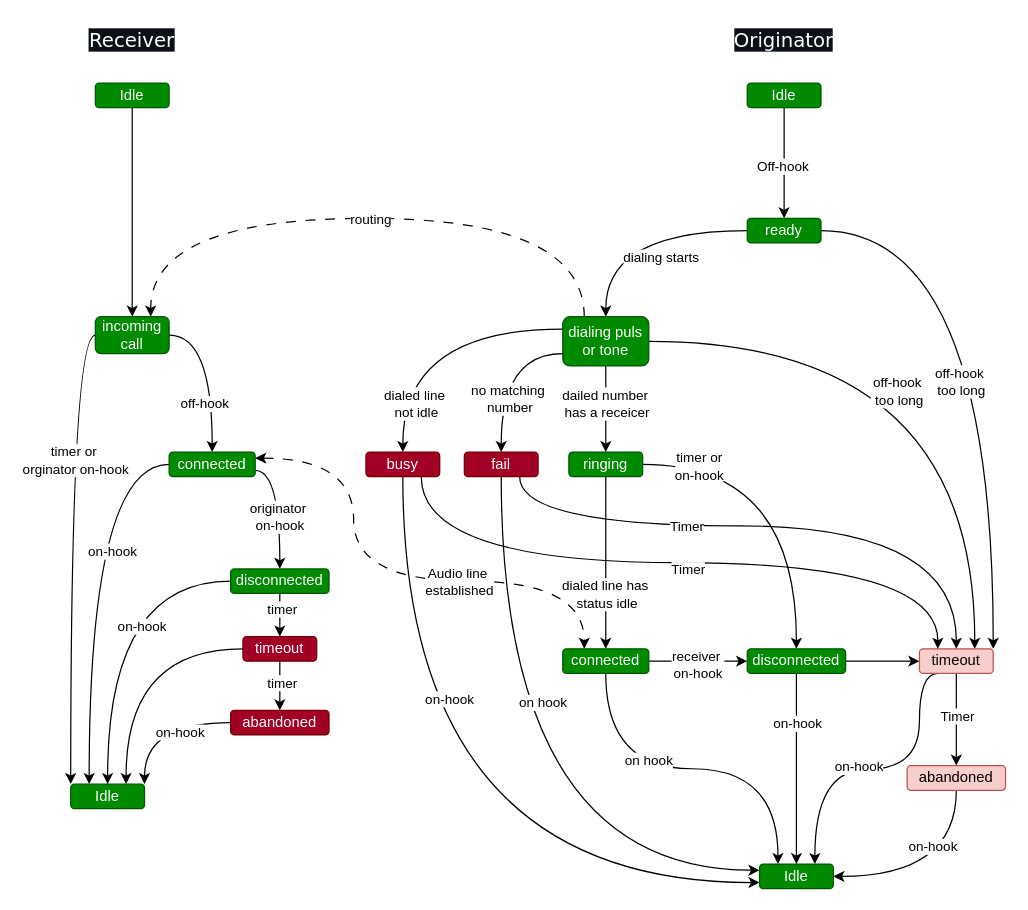
Above: docs/PhoneStatusflowshart.drawio in ondfrukt/ProofOfConcept (draw.io), before the change. Source tidied: cells renumbered, new cells numbered last; positions are measured from the earlier drawing's top-left corner, leaving out a move shared by most shapes. Both pictures are drawn from the tidied source at 123%, with x=0, y=0 at pixel (70, 21).
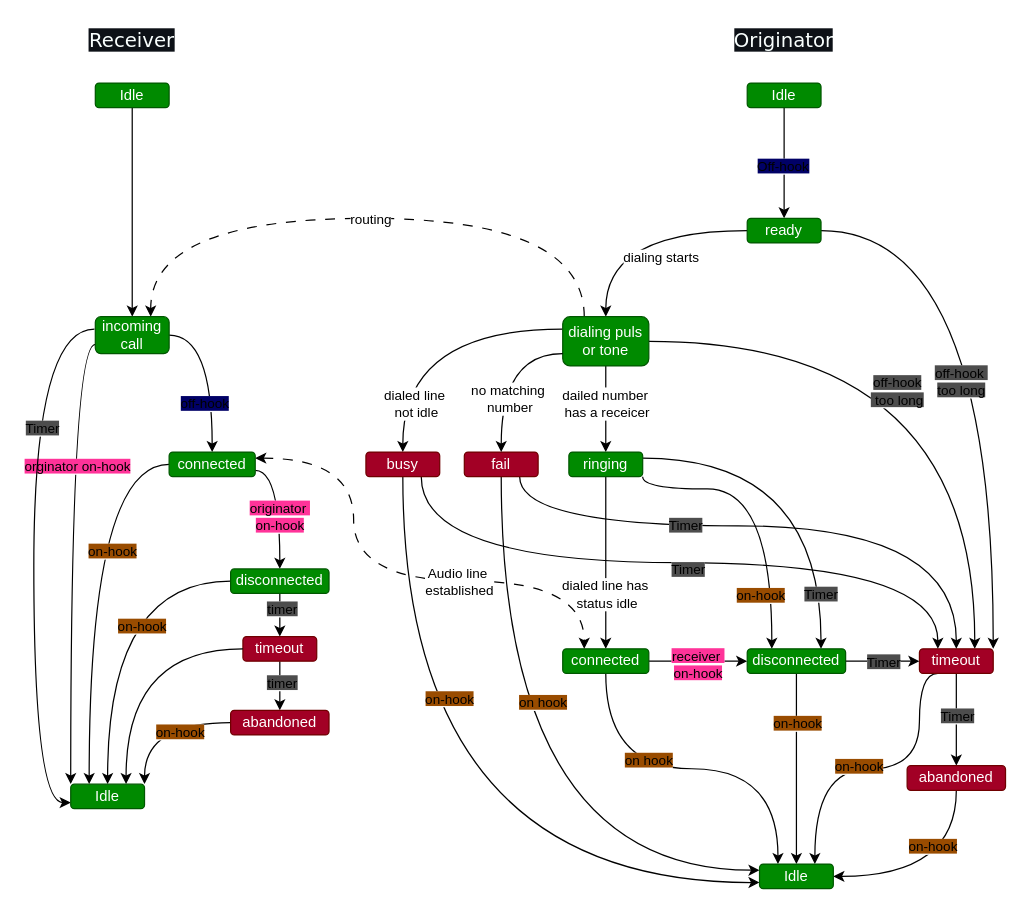
The same diagram, later.

Commit message (it also covers changes not shown here):
new file:   .vscode/settings.json 	modified:   docs/PhoneStatusflowshart.drawio 	modified:   lib/LineStatusHandler/LineStatusHandler.h 	modified:   src/hookChange

Unchanged cells that the change refers to:
```xml
<mxCell id="2" style="edgeStyle=none;rounded=0;jettySize=auto;html=1;exitX=0.5;exitY=1;exitDx=0;exitDy=0;entryX=0.5;entryY=0;entryDx=0;entryDy=0;" parent="1" edge="1" source="4" target="9">
  <mxGeometry relative="1" as="geometry" />
</mxCell>
<mxCell id="5" style="edgeStyle=orthogonalEdgeStyle;curved=1;rounded=0;jettySize=auto;html=1;exitX=1;exitY=0.5;exitDx=0;exitDy=0;entryX=1;entryY=0;entryDx=0;entryDy=0;" parent="1" edge="1" source="9" target="23">
  <mxGeometry relative="1" as="geometry" />
</mxCell>
<mxCell id="14" style="edgeStyle=orthogonalEdgeStyle;curved=1;rounded=0;jettySize=auto;html=1;exitX=1;exitY=0.5;exitDx=0;exitDy=0;entryX=0.75;entryY=0;entryDx=0;entryDy=0;" parent="1" edge="1" source="18" target="23">
  <mxGeometry relative="1" as="geometry" />
</mxCell>
<mxCell id="19" style="edgeStyle=orthogonalEdgeStyle;curved=1;rounded=0;jettySize=auto;html=1;exitX=0.5;exitY=1;exitDx=0;exitDy=0;entryX=0.5;entryY=0;entryDx=0;entryDy=0;" parent="1" edge="1" source="23" target="51">
  <mxGeometry relative="1" as="geometry" />
</mxCell>
<mxCell id="21" style="edgeStyle=orthogonalEdgeStyle;curved=1;rounded=0;jettySize=auto;html=1;exitX=0.25;exitY=1;exitDx=0;exitDy=0;entryX=0.75;entryY=0;entryDx=0;entryDy=0;" parent="1" edge="1" source="23" target="52">
  <mxGeometry relative="1" as="geometry">
    <Array as="points">
      <mxPoint x="690" y="530" />
      <mxPoint x="690" y="608" />
      <mxPoint x="605" y="608" />
    </Array>
  </mxGeometry>
</mxCell>
<mxCell id="24" style="edgeStyle=orthogonalEdgeStyle;shape=connector;curved=1;rounded=0;jettySize=auto;html=1;exitX=0.5;exitY=1;exitDx=0;exitDy=0;strokeColor=default;align=center;verticalAlign=middle;fontFamily=Helvetica;fontSize=11;fontColor=default;labelBackgroundColor=default;endArrow=classic;entryX=0;entryY=0.75;entryDx=0;entryDy=0;" parent="1" edge="1" source="28" target="52">
  <mxGeometry relative="1" as="geometry" />
</mxCell>
<mxCell id="26" style="edgeStyle=orthogonalEdgeStyle;shape=connector;curved=1;rounded=0;jettySize=auto;html=1;exitX=0.75;exitY=1;exitDx=0;exitDy=0;entryX=0.25;entryY=0;entryDx=0;entryDy=0;strokeColor=default;align=center;verticalAlign=middle;fontFamily=Helvetica;fontSize=11;fontColor=default;labelBackgroundColor=default;endArrow=classic;" parent="1" edge="1" source="28" target="23">
  <mxGeometry relative="1" as="geometry" />
</mxCell>
<mxCell id="29" style="edgeStyle=orthogonalEdgeStyle;shape=connector;curved=1;rounded=0;jettySize=auto;html=1;exitX=0.5;exitY=1;exitDx=0;exitDy=0;entryX=0;entryY=0.25;entryDx=0;entryDy=0;strokeColor=default;align=center;verticalAlign=middle;fontFamily=Helvetica;fontSize=11;fontColor=default;labelBackgroundColor=default;endArrow=classic;" parent="1" edge="1" source="32" target="52">
  <mxGeometry relative="1" as="geometry" />
</mxCell>
<mxCell id="37" value="ringing" style="rounded=1;whiteSpace=wrap;html=1;fillColor=#008a00;strokeColor=#005700;fontColor=#ffffff;" parent="1" vertex="1">
  <mxGeometry x="405" y="350" width="60" height="20" as="geometry" />
</mxCell>
<mxCell id="38" style="edgeStyle=orthogonalEdgeStyle;curved=1;rounded=0;jettySize=auto;html=1;exitX=0.5;exitY=1;exitDx=0;exitDy=0;entryX=0.25;entryY=0;entryDx=0;entryDy=0;" parent="1" edge="1" source="42" target="52">
  <mxGeometry relative="1" as="geometry" />
</mxCell>
<mxCell id="40" style="edgeStyle=orthogonalEdgeStyle;curved=1;rounded=0;jettySize=auto;html=1;exitX=1;exitY=0.5;exitDx=0;exitDy=0;entryX=0;entryY=0.5;entryDx=0;entryDy=0;" parent="1" edge="1" source="42" target="48">
  <mxGeometry relative="1" as="geometry" />
</mxCell>
<mxCell id="45" style="edgeStyle=orthogonalEdgeStyle;curved=1;rounded=0;jettySize=auto;html=1;exitX=1;exitY=0.5;exitDx=0;exitDy=0;entryX=0;entryY=0.5;entryDx=0;entryDy=0;" parent="1" edge="1" source="48" target="23">
  <mxGeometry relative="1" as="geometry" />
</mxCell>
<mxCell id="46" style="edgeStyle=orthogonalEdgeStyle;curved=1;rounded=0;jettySize=auto;html=1;exitX=0.5;exitY=1;exitDx=0;exitDy=0;entryX=0.5;entryY=0;entryDx=0;entryDy=0;" parent="1" edge="1" source="48" target="52">
  <mxGeometry relative="1" as="geometry" />
</mxCell>
<mxCell id="48" value="disconnected" style="rounded=1;whiteSpace=wrap;html=1;fillColor=#008a00;strokeColor=#005700;fontColor=#ffffff;" parent="1" vertex="1">
  <mxGeometry x="550" y="510" width="80" height="20" as="geometry" />
</mxCell>
<mxCell id="49" style="edgeStyle=orthogonalEdgeStyle;curved=1;rounded=0;jettySize=auto;html=1;exitX=0.5;exitY=1;exitDx=0;exitDy=0;entryX=1;entryY=0.5;entryDx=0;entryDy=0;" parent="1" edge="1" source="51" target="52">
  <mxGeometry relative="1" as="geometry" />
</mxCell>
<mxCell id="55" style="edgeStyle=orthogonalEdgeStyle;curved=1;rounded=0;jettySize=auto;html=1;exitX=1;exitY=0.5;exitDx=0;exitDy=0;entryX=0.5;entryY=0;entryDx=0;entryDy=0;" parent="1" edge="1" source="59" target="67">
  <mxGeometry relative="1" as="geometry" />
</mxCell>
<mxCell id="59" value="incoming call" style="rounded=1;whiteSpace=wrap;html=1;fillColor=#008a00;strokeColor=#005700;fontColor=#ffffff;" parent="1" vertex="1">
  <mxGeometry x="20" y="240" width="60" height="30" as="geometry" />
</mxCell>
<mxCell id="60" value="Idle" style="rounded=1;whiteSpace=wrap;html=1;fillColor=#008a00;strokeColor=#005700;fontColor=#ffffff;" parent="1" vertex="1">
  <mxGeometry y="620" width="60" height="20" as="geometry" />
</mxCell>
<mxCell id="61" style="edgeStyle=orthogonalEdgeStyle;curved=1;rounded=0;jettySize=auto;html=1;exitX=1;exitY=0.75;exitDx=0;exitDy=0;entryX=0.5;entryY=0;entryDx=0;entryDy=0;" parent="1" edge="1" source="67" target="72">
  <mxGeometry relative="1" as="geometry" />
</mxCell>
<mxCell id="63" style="edgeStyle=orthogonalEdgeStyle;curved=1;rounded=0;jettySize=auto;html=1;exitX=0;exitY=0.5;exitDx=0;exitDy=0;entryX=0.25;entryY=0;entryDx=0;entryDy=0;" parent="1" edge="1" source="67" target="60">
  <mxGeometry relative="1" as="geometry" />
</mxCell>
<mxCell id="68" style="edgeStyle=orthogonalEdgeStyle;curved=1;rounded=0;jettySize=auto;html=1;exitX=0;exitY=0.5;exitDx=0;exitDy=0;entryX=0.5;entryY=0;entryDx=0;entryDy=0;" parent="1" edge="1" source="72" target="60">
  <mxGeometry relative="1" as="geometry" />
</mxCell>
<mxCell id="70" style="edgeStyle=orthogonalEdgeStyle;curved=1;rounded=0;jettySize=auto;html=1;exitX=0.5;exitY=1;exitDx=0;exitDy=0;entryX=0.5;entryY=0;entryDx=0;entryDy=0;" parent="1" edge="1" source="72" target="75">
  <mxGeometry relative="1" as="geometry" />
</mxCell>
<mxCell id="73" style="edgeStyle=orthogonalEdgeStyle;curved=1;rounded=0;jettySize=auto;html=1;exitX=0.5;exitY=1;exitDx=0;exitDy=0;entryX=0.5;entryY=0;entryDx=0;entryDy=0;" parent="1" edge="1" source="75" target="79">
  <mxGeometry relative="1" as="geometry" />
</mxCell>
<mxCell id="77" style="edgeStyle=orthogonalEdgeStyle;curved=1;rounded=0;jettySize=auto;html=1;exitX=0;exitY=0.5;exitDx=0;exitDy=0;entryX=1;entryY=0;entryDx=0;entryDy=0;" parent="1" edge="1" source="79" target="60">
  <mxGeometry relative="1" as="geometry" />
</mxCell>
```

What changed in the source:
```diff
@@
-    <mxCell id="3" value="Off-hook" style="edgeLabel;html=1;align=center;verticalAlign=middle;" parent="2" vertex="1">
+    <mxCell id="3" value="&lt;span style=&quot;background-color: rgb(0, 0, 102);&quot;&gt;Off-hook&lt;/span&gt;" style="edgeLabel;html=1;align=center;verticalAlign=middle;" parent="2" vertex="1">
       <mxGeometry x="0.05" y="-2" relative="1" as="geometry" />
     </mxCell>
@@
-    <mxCell id="6" value="off-hook&amp;nbsp;&lt;div&gt;too long&lt;/div&gt;" style="edgeLabel;html=1;align=center;verticalAlign=middle;" parent="5" vertex="1">
+    <mxCell id="6" value="&lt;span style=&quot;background-color: rgb(77, 77, 77);&quot;&gt;off-hook&amp;nbsp;&lt;/span&gt;&lt;div&gt;&lt;span style=&quot;background-color: rgb(77, 77, 77);&quot;&gt;too long&lt;/span&gt;&lt;/div&gt;" style="edgeLabel;html=1;align=center;verticalAlign=middle;" parent="5" vertex="1">
       <mxGeometry x="0.09" y="-27" relative="1" as="geometry" />
     </mxCell>
@@
-    <mxCell id="15" value="off-hook&lt;div&gt;&amp;nbsp;too long&lt;/div&gt;" style="edgeLabel;html=1;align=center;verticalAlign=middle;" parent="14" vertex="1">
+    <mxCell id="15" value="&lt;span style=&quot;background-color: rgb(77, 77, 77);&quot;&gt;off-hook&lt;/span&gt;&lt;div&gt;&lt;span style=&quot;background-color: rgb(77, 77, 77);&quot;&gt;&amp;nbsp;too long&lt;/span&gt;&lt;/div&gt;" style="edgeLabel;html=1;align=center;verticalAlign=middle;" parent="14" vertex="1">
       <mxGeometry x="-0.13" y="-3" relative="1" as="geometry">
         <mxPoint x="-23" y="37" as="offset" />
       </mxGeometry>
     </mxCell>
@@
-    <mxCell id="20" value="Timer" style="edgeLabel;html=1;align=center;verticalAlign=middle;" parent="19" vertex="1">
+    <mxCell id="20" value="&lt;span style=&quot;background-color: rgb(77, 77, 77);&quot;&gt;Timer&lt;/span&gt;" style="edgeLabel;html=1;align=center;verticalAlign=middle;" parent="19" vertex="1">
       <mxGeometry x="-0.1" relative="1" as="geometry" />
     </mxCell>
@@
-    <mxCell id="22" value="on-hook" style="edgeLabel;html=1;align=center;verticalAlign=middle;fontFamily=Helvetica;fontSize=11;fontColor=default;labelBackgroundColor=default;" parent="21" vertex="1">
+    <mxCell id="22" value="&lt;span style=&quot;background-color: rgb(153, 76, 0);&quot;&gt;on-hook&lt;/span&gt;" style="edgeLabel;html=1;align=center;verticalAlign=middle;fontFamily=Helvetica;fontSize=11;fontColor=default;labelBackgroundColor=default;" parent="21" vertex="1">
       <mxGeometry x="0.13" y="1" relative="1" as="geometry">
         <mxPoint x="1" y="-4" as="offset" />
       </mxGeometry>
     </mxCell>
-    <mxCell id="23" value="timeout" style="rounded=1;whiteSpace=wrap;html=1;fillColor=#f8cecc;strokeColor=#b85450;" parent="1" vertex="1">
+    <mxCell id="23" value="timeout" style="rounded=1;whiteSpace=wrap;html=1;fillColor=#a20025;strokeColor=#6F0000;fontColor=#ffffff;" parent="1" vertex="1">
       <mxGeometry x="690" y="510" width="60" height="20" as="geometry" />
     </mxCell>
@@
-    <mxCell id="25" value="on-hook" style="edgeLabel;html=1;align=center;verticalAlign=middle;fontFamily=Helvetica;fontSize=11;fontColor=default;labelBackgroundColor=default;" parent="24" vertex="1">
+    <mxCell id="25" value="&lt;span style=&quot;background-color: rgb(153, 76, 0);&quot;&gt;on-hook&lt;/span&gt;" style="edgeLabel;html=1;align=center;verticalAlign=middle;fontFamily=Helvetica;fontSize=11;fontColor=default;labelBackgroundColor=default;" parent="24" vertex="1">
       <mxGeometry x="-0.42" y="37" relative="1" as="geometry" />
     </mxCell>
@@
-    <mxCell id="27" value="Timer" style="edgeLabel;html=1;align=center;verticalAlign=middle;fontFamily=Helvetica;fontSize=11;fontColor=default;labelBackgroundColor=default;" parent="26" vertex="1">
+    <mxCell id="27" value="&lt;span style=&quot;background-color: rgb(77, 77, 77);&quot;&gt;Timer&lt;/span&gt;" style="edgeLabel;html=1;align=center;verticalAlign=middle;fontFamily=Helvetica;fontSize=11;fontColor=default;labelBackgroundColor=default;" parent="26" vertex="1">
       <mxGeometry x="-0.33" y="6" relative="1" as="geometry">
         <mxPoint x="98" y="11" as="offset" />
       </mxGeometry>
     </mxCell>
@@
-    <mxCell id="30" value="on hook" style="edgeLabel;html=1;align=center;verticalAlign=middle;fontFamily=Helvetica;fontSize=11;fontColor=default;labelBackgroundColor=default;" parent="29" vertex="1">
+    <mxCell id="30" value="&lt;span style=&quot;background-color: rgb(153, 76, 0);&quot;&gt;on hook&lt;/span&gt;" style="edgeLabel;html=1;align=center;verticalAlign=middle;fontFamily=Helvetica;fontSize=11;fontColor=default;labelBackgroundColor=default;" parent="29" vertex="1">
       <mxGeometry x="-0.3" y="33" relative="1" as="geometry">
         <mxPoint y="-3" as="offset" />
       </mxGeometry>
     </mxCell>
@@
-    <mxCell id="35" style="edgeStyle=orthogonalEdgeStyle;curved=1;rounded=0;jettySize=auto;html=1;exitX=1;exitY=0.5;exitDx=0;exitDy=0;entryX=0.5;entryY=0;entryDx=0;entryDy=0;" parent="1" edge="1" source="37" target="48">
-      <mxGeometry relative="1" as="geometry" />
-    </mxCell>
-    <mxCell id="36" value="timer or&lt;div&gt;on-hook&lt;/div&gt;" style="edgeLabel;html=1;align=center;verticalAlign=middle;" parent="35" vertex="1">
-      <mxGeometry x="0.48" y="-3" relative="1" as="geometry">
-        <mxPoint x="-77" y="-78" as="offset" />
-      </mxGeometry>
-    </mxCell>
+    <mxCell id="83" style="edgeStyle=orthogonalEdgeStyle;html=1;exitX=1;exitY=1;exitDx=0;exitDy=0;entryX=0.25;entryY=0;entryDx=0;entryDy=0;curved=1;" parent="1" edge="1" source="37" target="48">
+      <mxGeometry relative="1" as="geometry">
+        <Array as="points">
+          <mxPoint x="465" y="380" />
+          <mxPoint x="570" y="380" />
+        </Array>
+      </mxGeometry>
+    </mxCell>
+    <mxCell id="84" value="&lt;span style=&quot;background-color: rgb(153, 76, 0);&quot;&gt;on-hook&lt;/span&gt;" style="edgeLabel;html=1;align=center;verticalAlign=middle;" parent="83" vertex="1">
+      <mxGeometry x="0.14" y="-18" relative="1" as="geometry">
+        <mxPoint x="8" y="61" as="offset" />
+      </mxGeometry>
+    </mxCell>
+    <mxCell id="85" style="edgeStyle=orthogonalEdgeStyle;html=1;exitX=1;exitY=0.25;exitDx=0;exitDy=0;entryX=0.75;entryY=0;entryDx=0;entryDy=0;curved=1;" parent="1" edge="1" source="37" target="48">
+      <mxGeometry relative="1" as="geometry" />
+    </mxCell>
+    <mxCell id="86" value="&lt;span style=&quot;background-color: rgb(77, 77, 77);&quot;&gt;Timer&lt;/span&gt;" style="edgeLabel;html=1;align=center;verticalAlign=middle;" parent="85" vertex="1">
+      <mxGeometry x="-0.36" y="-28" relative="1" as="geometry">
+        <mxPoint x="48" y="82" as="offset" />
+      </mxGeometry>
+    </mxCell>
@@
-    <mxCell id="39" value="on hook" style="edgeLabel;html=1;align=center;verticalAlign=middle;" parent="38" vertex="1">
+    <mxCell id="39" value="&lt;span style=&quot;background-color: rgb(153, 76, 0);&quot;&gt;on hook&lt;/span&gt;" style="edgeLabel;html=1;align=center;verticalAlign=middle;" parent="38" vertex="1">
       <mxGeometry x="-0.06" y="1" relative="1" as="geometry">
         <mxPoint x="-27" y="-6" as="offset" />
       </mxGeometry>
     </mxCell>
@@
-    <mxCell id="41" value="receiver&amp;nbsp;&lt;div&gt;on-hook&lt;/div&gt;" style="edgeLabel;html=1;align=center;verticalAlign=middle;" parent="40" vertex="1">
+    <mxCell id="41" value="&lt;span style=&quot;background-color: rgb(255, 51, 153);&quot;&gt;receiver&amp;nbsp;&lt;/span&gt;&lt;div&gt;&lt;span style=&quot;background-color: rgb(255, 51, 153);&quot;&gt;on-hook&lt;/span&gt;&lt;/div&gt;" style="edgeLabel;html=1;align=center;verticalAlign=middle;" parent="40" vertex="1">
       <mxGeometry x="-0.03" y="-2" relative="1" as="geometry" />
     </mxCell>
@@
+    <mxCell id="87" value="&lt;span style=&quot;background-color: rgb(77, 77, 77);&quot;&gt;Timer&lt;/span&gt;" style="edgeLabel;html=1;align=center;verticalAlign=middle;" parent="45" vertex="1">
+      <mxGeometry x="0.19" y="-2" relative="1" as="geometry">
+        <mxPoint x="-6" y="-2" as="offset" />
+      </mxGeometry>
+    </mxCell>
@@
-    <mxCell id="47" value="on-hook" style="edgeLabel;html=1;align=center;verticalAlign=middle;" parent="46" vertex="1">
+    <mxCell id="47" value="&lt;span style=&quot;background-color: rgb(153, 76, 0);&quot;&gt;on-hook&lt;/span&gt;" style="edgeLabel;html=1;align=center;verticalAlign=middle;" parent="46" vertex="1">
       <mxGeometry x="-0.11" y="-12" relative="1" as="geometry">
         <mxPoint x="12" y="-29" as="offset" />
       </mxGeometry>
     </mxCell>
@@
-    <mxCell id="50" value="on-hook" style="edgeLabel;html=1;align=center;verticalAlign=middle;" parent="49" vertex="1">
+    <mxCell id="50" value="&lt;span style=&quot;background-color: rgb(153, 76, 0);&quot;&gt;on-hook&lt;/span&gt;" style="edgeLabel;html=1;align=center;verticalAlign=middle;" parent="49" vertex="1">
       <mxGeometry x="0.12" y="-41" relative="1" as="geometry">
         <mxPoint x="5" y="16" as="offset" />
       </mxGeometry>
     </mxCell>
-    <mxCell id="51" value="abandoned" style="rounded=1;whiteSpace=wrap;html=1;fillColor=#f8cecc;strokeColor=#b85450;" parent="1" vertex="1">
+    <mxCell id="51" value="abandoned" style="rounded=1;whiteSpace=wrap;html=1;fillColor=#a20025;strokeColor=#6F0000;fontColor=#ffffff;" parent="1" vertex="1">
       <mxGeometry x="680" y="605" width="80" height="20" as="geometry" />
     </mxCell>
@@
-    <mxCell id="56" value="off-hook" style="edgeLabel;html=1;align=center;verticalAlign=middle;" parent="55" vertex="1">
+    <mxCell id="56" value="&lt;span style=&quot;background-color: rgb(0, 0, 102);&quot;&gt;off-hook&lt;/span&gt;" style="edgeLabel;html=1;align=center;verticalAlign=middle;" parent="55" vertex="1">
       <mxGeometry x="0.39" y="-7" relative="1" as="geometry" />
     </mxCell>
-    <mxCell id="57" style="edgeStyle=orthogonalEdgeStyle;curved=1;rounded=0;jettySize=auto;html=1;exitX=0;exitY=0.5;exitDx=0;exitDy=0;entryX=0;entryY=0;entryDx=0;entryDy=0;" parent="1" edge="1" source="59" target="60">
+    <mxCell id="57" style="edgeStyle=orthogonalEdgeStyle;curved=1;rounded=0;jettySize=auto;html=1;exitX=0;exitY=0.75;exitDx=0;exitDy=0;entryX=0;entryY=0;entryDx=0;entryDy=0;" parent="1" edge="1" source="59" target="60">
       <mxGeometry relative="1" as="geometry" />
     </mxCell>
-    <mxCell id="58" value="timer or&amp;nbsp;&lt;div&gt;orginator on-hook&lt;/div&gt;" style="edgeLabel;html=1;align=center;verticalAlign=middle;" parent="57" vertex="1">
+    <mxCell id="58" value="&amp;nbsp;&lt;span style=&quot;background-color: rgb(255, 51, 153);&quot;&gt;orginator on-hook&lt;/span&gt;" style="edgeLabel;html=1;align=center;verticalAlign=middle;" parent="57" vertex="1">
       <mxGeometry x="-0.37" y="3" relative="1" as="geometry" />
     </mxCell>
+    <mxCell id="88" style="edgeStyle=orthogonalEdgeStyle;curved=1;html=1;exitX=-0.012;exitY=0.335;exitDx=0;exitDy=0;entryX=0;entryY=0.75;entryDx=0;entryDy=0;exitPerimeter=0;" parent="1" edge="1" source="59" target="60">
+      <mxGeometry relative="1" as="geometry">
+        <Array as="points">
+          <mxPoint x="-30" y="250" />
+          <mxPoint x="-30" y="635" />
+        </Array>
+      </mxGeometry>
+    </mxCell>
+    <mxCell id="89" value="&lt;span style=&quot;background-color: rgb(77, 77, 77);&quot;&gt;Timer&lt;/span&gt;" style="edgeLabel;html=1;align=center;verticalAlign=middle;" parent="88" vertex="1">
+      <mxGeometry x="-0.44" y="6" relative="1" as="geometry" />
+    </mxCell>
@@
-    <mxCell id="62" value="originator&amp;nbsp;&lt;div&gt;on-hook&lt;/div&gt;" style="edgeLabel;html=1;align=center;verticalAlign=middle;" parent="61" vertex="1">
+    <mxCell id="62" value="&lt;span style=&quot;background-color: rgb(255, 51, 153);&quot;&gt;originator&amp;nbsp;&lt;/span&gt;&lt;div&gt;&lt;span style=&quot;background-color: rgb(255, 51, 153);&quot;&gt;on-hook&lt;/span&gt;&lt;/div&gt;" style="edgeLabel;html=1;align=center;verticalAlign=middle;" parent="61" vertex="1">
       <mxGeometry x="0.14" y="-1" relative="1" as="geometry" />
     </mxCell>
@@
-    <mxCell id="64" value="on-hook" style="edgeLabel;html=1;align=center;verticalAlign=middle;" parent="63" vertex="1">
+    <mxCell id="64" value="&lt;span style=&quot;background-color: rgb(153, 76, 0);&quot;&gt;on-hook&lt;/span&gt;" style="edgeLabel;html=1;align=center;verticalAlign=middle;" parent="63" vertex="1">
       <mxGeometry x="-0.17" y="18" relative="1" as="geometry" />
     </mxCell>
@@
-    <mxCell id="69" value="on-hook" style="edgeLabel;html=1;align=center;verticalAlign=middle;" parent="68" vertex="1">
+    <mxCell id="69" value="&lt;span style=&quot;background-color: rgb(153, 76, 0);&quot;&gt;on-hook&lt;/span&gt;" style="edgeLabel;html=1;align=center;verticalAlign=middle;" parent="68" vertex="1">
       <mxGeometry x="0.03" y="27" relative="1" as="geometry" />
     </mxCell>
@@
-    <mxCell id="71" value="timer" style="edgeLabel;html=1;align=center;verticalAlign=middle;" parent="70" vertex="1">
+    <mxCell id="71" value="&lt;span style=&quot;background-color: rgb(77, 77, 77);&quot;&gt;timer&lt;/span&gt;" style="edgeLabel;html=1;align=center;verticalAlign=middle;" parent="70" vertex="1">
       <mxGeometry x="-0.33" y="1" relative="1" as="geometry" />
     </mxCell>
@@
-    <mxCell id="74" value="timer" style="edgeLabel;html=1;align=center;verticalAlign=middle;" parent="73" vertex="1">
+    <mxCell id="74" value="&lt;span style=&quot;background-color: rgb(77, 77, 77);&quot;&gt;timer&lt;/span&gt;" style="edgeLabel;html=1;align=center;verticalAlign=middle;" parent="73" vertex="1">
       <mxGeometry x="-0.13" y="1" relative="1" as="geometry" />
     </mxCell>
@@
-    <mxCell id="78" value="on-hook" style="edgeLabel;html=1;align=center;verticalAlign=middle;" parent="77" vertex="1">
+    <mxCell id="78" value="&lt;span style=&quot;background-color: rgb(153, 76, 0);&quot;&gt;on-hook&lt;/span&gt;" style="edgeLabel;html=1;align=center;verticalAlign=middle;" parent="77" vertex="1">
       <mxGeometry x="-0.3" y="7" relative="1" as="geometry" />
     </mxCell>
@@
-    <mxCell id="82" value="Timer" style="edgeLabel;html=1;align=center;verticalAlign=middle;fontFamily=Helvetica;fontSize=11;fontColor=default;labelBackgroundColor=default;" parent="1" vertex="1">
-      <mxGeometry x="500" y="410" as="geometry" />
+    <mxCell id="82" value="&lt;span style=&quot;background-color: rgb(77, 77, 77);&quot;&gt;Timer&lt;/span&gt;" style="edgeLabel;html=1;align=center;verticalAlign=middle;fontFamily=Helvetica;fontSize=11;fontColor=default;labelBackgroundColor=default;" parent="1" vertex="1">
+      <mxGeometry x="500" y="410" as="geometry">
+        <mxPoint x="-1" y="-1" as="offset" />
+      </mxGeometry>
     </mxCell>
```
